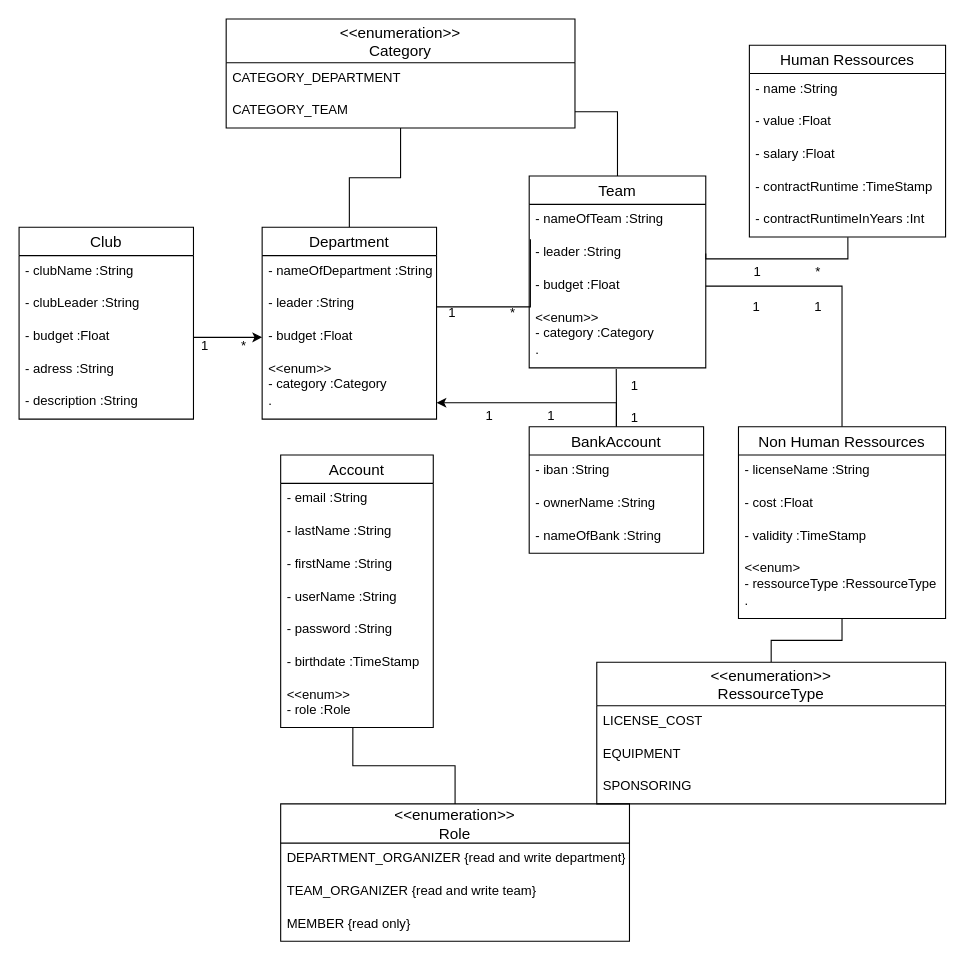
Earlier version of the draw.io diagram Documentation/Diagrams/domain_types.drawio (MJ7898/VereinsfinanzManager). Source tidied: cells renumbered, new cells numbered last; positions are measured from the earlier drawing's top-left corner, leaving out a move shared by most shapes. Both pictures are drawn from the tidied source at 109%, with x=0, y=0 at pixel (19, 19).
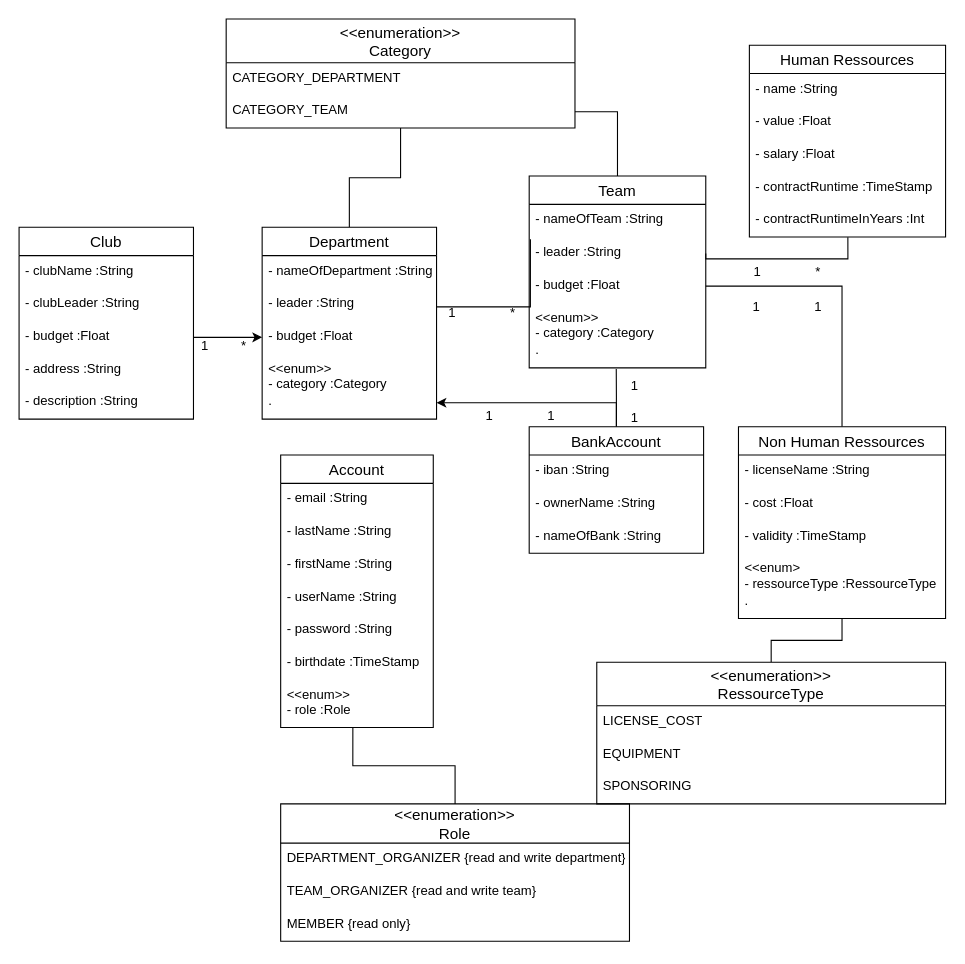
The same diagram, later.

The change refers to these unchanged cells:
```xml
<mxCell id="58" value="Club" style="swimlane;fontStyle=0;horizontal=1;startSize=26;align=center;fontSize=14;" parent="1" vertex="1">
  <mxGeometry y="191" width="160" height="176" as="geometry" />
</mxCell>
```

Change to the diagram source:
```diff
@@
-    <mxCell id="62" value="- adress :String" style="text;strokeColor=none;fillColor=none;spacingLeft=4;spacingRight=4;overflow=hidden;fontSize=12;" parent="58" vertex="1">
+    <mxCell id="62" value="- address :String" style="text;strokeColor=none;fillColor=none;spacingLeft=4;spacingRight=4;overflow=hidden;fontSize=12;" parent="58" vertex="1">
       <mxGeometry y="116" width="160" height="30" as="geometry" />
     </mxCell>
```
